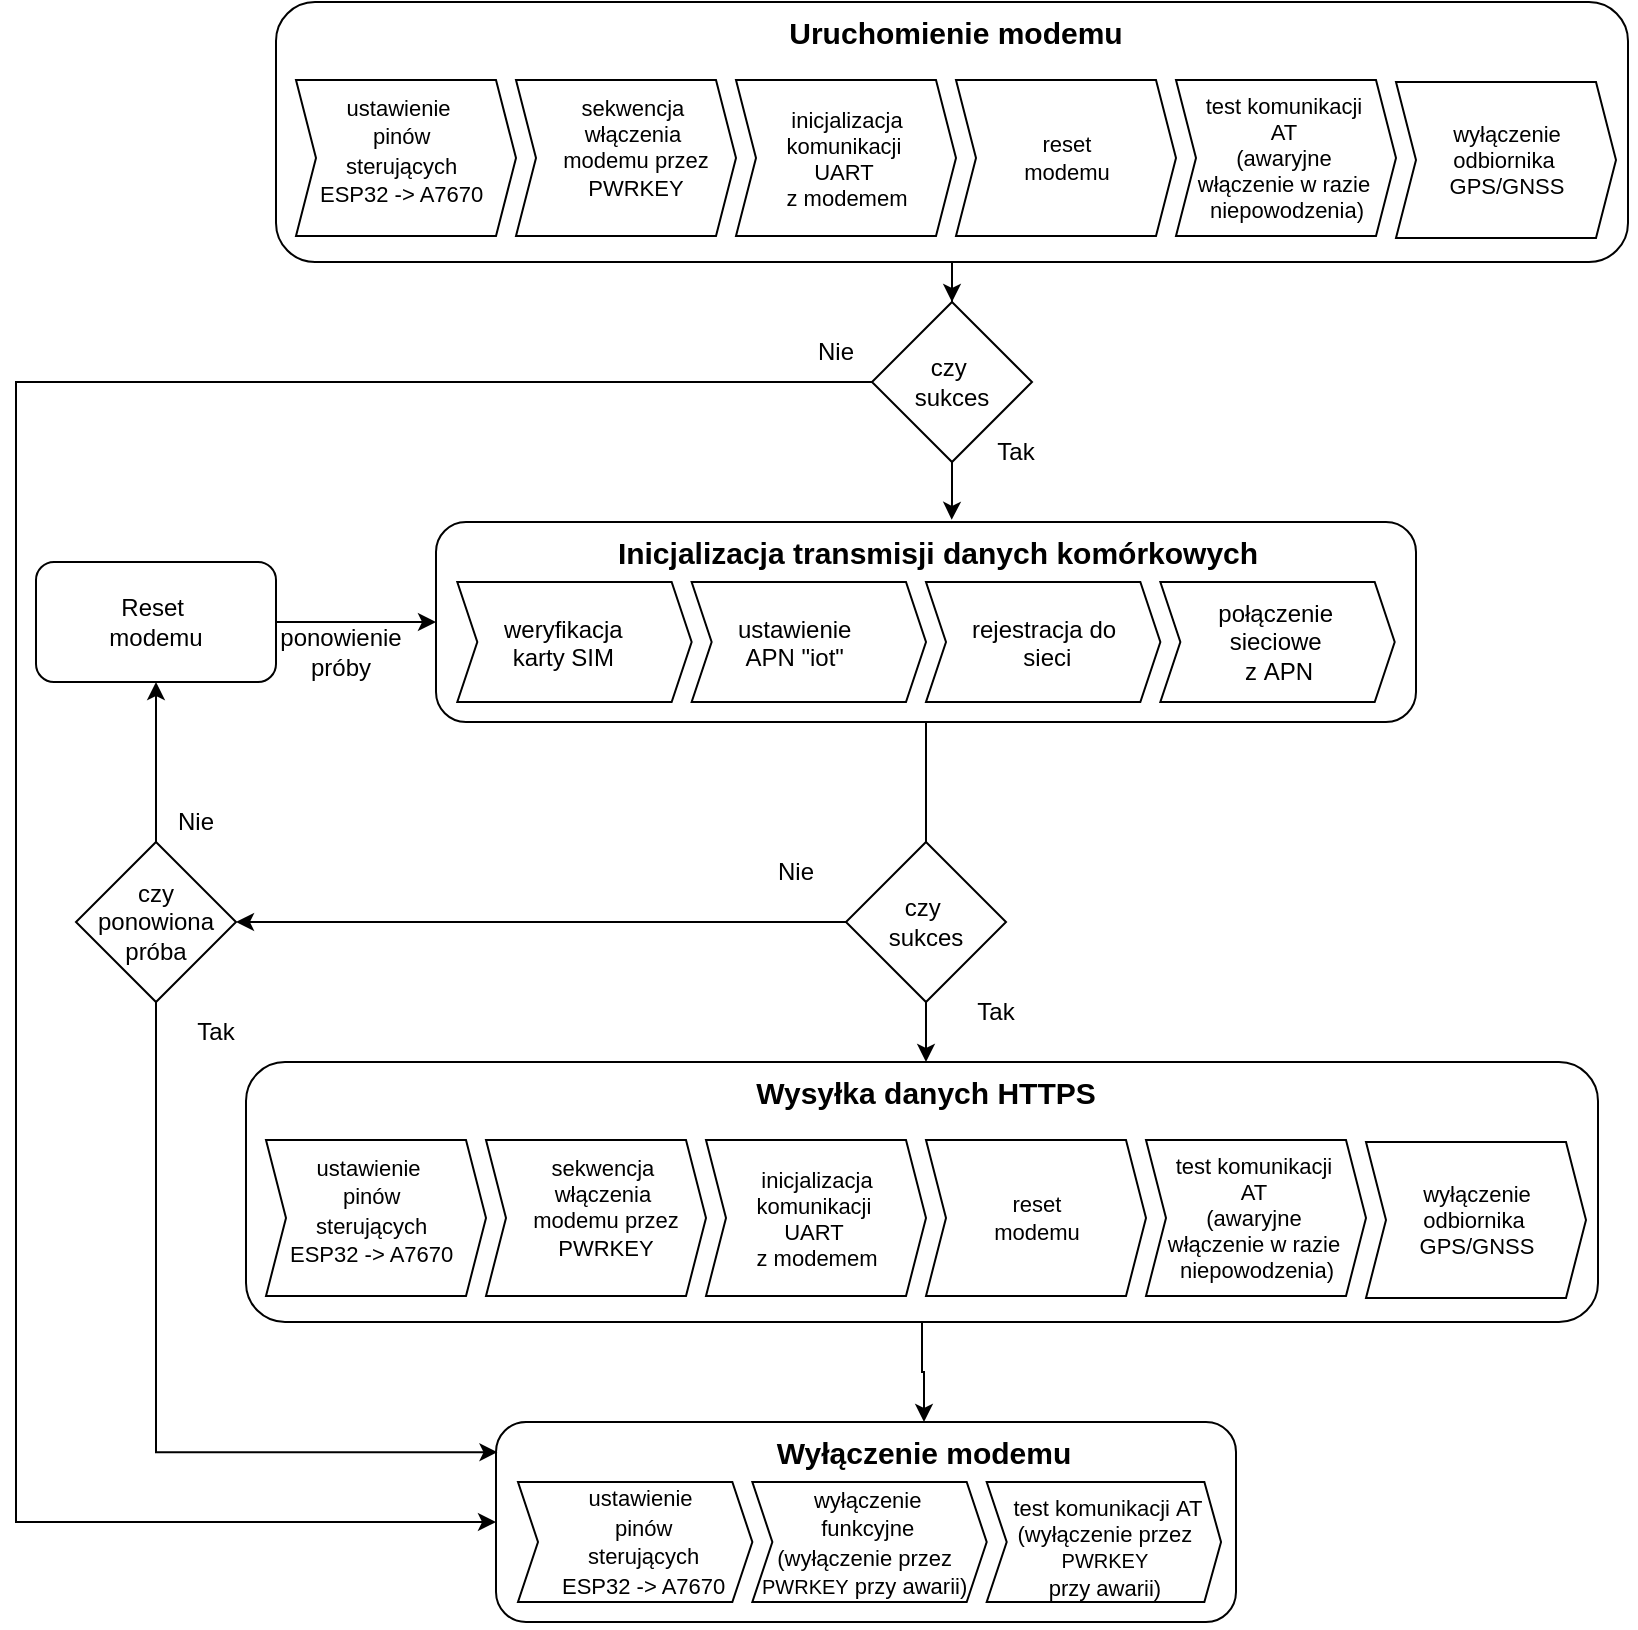
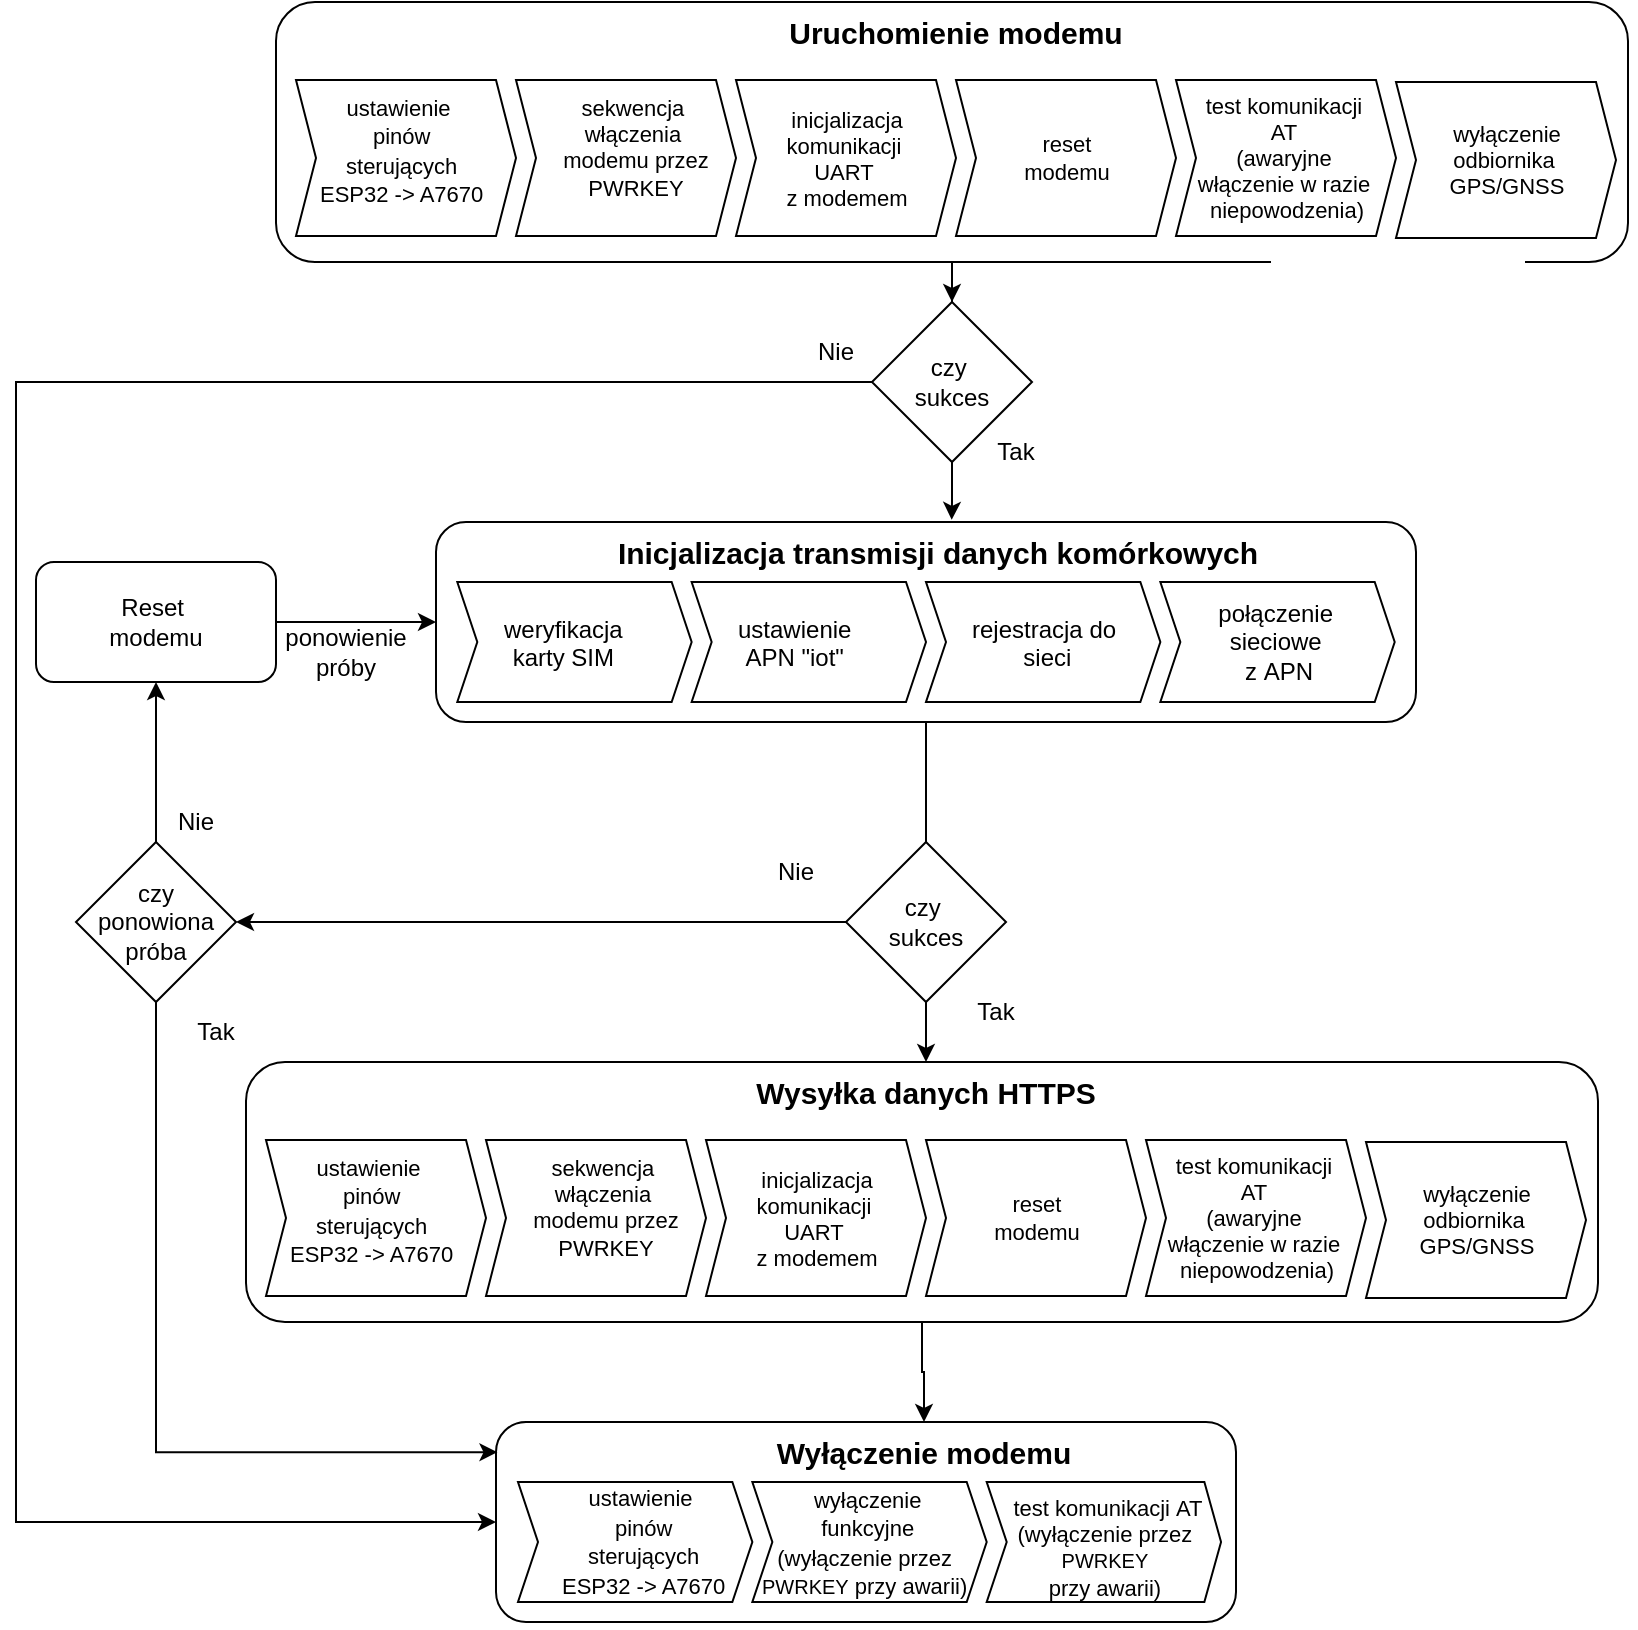
<mxfile host="app.diagrams.net">
  <diagram name="Strona-1" id="qUiWrLwNQSNPpPlMcjFA">
    <mxGraphModel dx="831" dy="1979" grid="1" gridSize="10" guides="1" tooltips="1" connect="1" arrows="1" fold="1" page="1" pageScale="1" pageWidth="827" pageHeight="1169" math="0" shadow="0">
      <root>
        <mxCell id="0" />
        <mxCell id="1" parent="0" />
        <mxCell id="zzqq1YDTvUKB0URQ00NY-44" connectable="0" parent="1" style="group" value="" vertex="1">
          <mxGeometry height="100" width="490.6521739130435" x="650" y="110" as="geometry" />
        </mxCell>
        <mxCell id="zzqq1YDTvUKB0URQ00NY-41" parent="zzqq1YDTvUKB0URQ00NY-44" style="rounded=1;whiteSpace=wrap;html=1;fillColor=none;" value="" vertex="1">
          <mxGeometry height="100" width="490.0000000000001" as="geometry" />
        </mxCell>
        <mxCell id="zzqq1YDTvUKB0URQ00NY-43" connectable="0" parent="zzqq1YDTvUKB0URQ00NY-44" style="group" value="" vertex="1">
          <mxGeometry height="90" width="480" x="10.65217391304348" as="geometry" />
        </mxCell>
        <mxCell id="zzqq1YDTvUKB0URQ00NY-32" parent="zzqq1YDTvUKB0URQ00NY-43" style="html=1;shadow=0;dashed=0;align=center;verticalAlign=middle;shape=mxgraph.arrows2.arrow;dy=0;dx=10;notch=10;" value="" vertex="1">
          <mxGeometry height="60" width="117.17391304347828" y="30" as="geometry" />
        </mxCell>
        <mxCell id="zzqq1YDTvUKB0URQ00NY-34" parent="zzqq1YDTvUKB0URQ00NY-43" style="text;whiteSpace=wrap;html=1;" value="&lt;span style=&quot;caret-color: rgb(0, 0, 0); color: rgb(0, 0, 0); font-family: Helvetica; font-size: 12.000001px; font-style: normal; font-variant-caps: normal; font-weight: 400; letter-spacing: normal; orphans: 2; text-align: center; text-indent: 0px; text-transform: none; white-space: nowrap; widows: 2; word-spacing: 0px; -webkit-text-stroke-width: 0px; text-decoration-line: none; text-decoration-thickness: auto; text-decoration-style: solid;&quot;&gt;weryfikacja&lt;/span&gt;&lt;div style=&quot;caret-color: rgb(0, 0, 0); color: rgb(0, 0, 0); font-family: Helvetica; font-size: 12.000001px; font-style: normal; font-variant-caps: normal; font-weight: 400; letter-spacing: normal; orphans: 2; text-align: center; text-indent: 0px; text-transform: none; white-space: nowrap; widows: 2; word-spacing: 0px; -webkit-text-stroke-width: 0px; text-decoration-line: none; text-decoration-thickness: auto; text-decoration-style: solid;&quot;&gt;karty SIM&lt;/div&gt;" vertex="1">
          <mxGeometry height="50" width="95.86956521739131" x="21.30434782608696" y="40" as="geometry" />
        </mxCell>
        <mxCell id="zzqq1YDTvUKB0URQ00NY-35" parent="zzqq1YDTvUKB0URQ00NY-43" style="html=1;shadow=0;dashed=0;align=center;verticalAlign=middle;shape=mxgraph.arrows2.arrow;dy=0;dx=10;notch=10;" value="" vertex="1">
          <mxGeometry height="60" width="117.17391304347828" x="117.17391304347828" y="30" as="geometry" />
        </mxCell>
        <mxCell id="zzqq1YDTvUKB0URQ00NY-36" parent="zzqq1YDTvUKB0URQ00NY-43" style="text;whiteSpace=wrap;html=1;" value="&lt;div style=&quot;text-align: center;&quot;&gt;&lt;span style=&quot;font-size: 12px; caret-color: rgb(0, 0, 0); text-wrap-mode: nowrap;&quot;&gt;&lt;font color=&quot;#000000&quot;&gt;ustawienie&lt;/font&gt;&lt;/span&gt;&lt;/div&gt;&lt;div style=&quot;text-align: center;&quot;&gt;&lt;span style=&quot;font-size: 12px; caret-color: rgb(0, 0, 0); text-wrap-mode: nowrap;&quot;&gt;&lt;font color=&quot;#000000&quot;&gt;APN&amp;nbsp;&lt;/font&gt;&lt;/span&gt;&lt;span style=&quot;font-size: 12px; white-space: nowrap;&quot;&gt;&quot;iot&quot;&lt;/span&gt;&lt;/div&gt;" vertex="1">
          <mxGeometry height="50" width="95.86956521739131" x="138.47826086956525" y="40" as="geometry" />
        </mxCell>
        <mxCell id="zzqq1YDTvUKB0URQ00NY-37" parent="zzqq1YDTvUKB0URQ00NY-43" style="html=1;shadow=0;dashed=0;align=center;verticalAlign=middle;shape=mxgraph.arrows2.arrow;dy=0;dx=10;notch=10;" value="" vertex="1">
          <mxGeometry height="60" width="117.17391304347828" x="234.34782608695656" y="30" as="geometry" />
        </mxCell>
        <mxCell id="zzqq1YDTvUKB0URQ00NY-38" parent="zzqq1YDTvUKB0URQ00NY-43" style="text;whiteSpace=wrap;html=1;" value="&lt;div style=&quot;text-align: center;&quot;&gt;&lt;span style=&quot;caret-color: rgb(0, 0, 0); text-wrap-mode: nowrap;&quot;&gt;rejestracja do&amp;nbsp;&lt;/span&gt;&lt;/div&gt;&lt;div style=&quot;text-align: center;&quot;&gt;&lt;span style=&quot;caret-color: rgb(0, 0, 0); text-wrap-mode: nowrap;&quot;&gt;sieci&lt;/span&gt;&lt;/div&gt;" vertex="1">
          <mxGeometry height="50" width="95.86956521739131" x="255.6521739130435" y="40" as="geometry" />
        </mxCell>
        <mxCell id="zzqq1YDTvUKB0URQ00NY-39" parent="zzqq1YDTvUKB0URQ00NY-43" style="html=1;shadow=0;dashed=0;align=center;verticalAlign=middle;shape=mxgraph.arrows2.arrow;dy=0;dx=10;notch=10;" value="połączenie&amp;nbsp;&lt;div&gt;sieciowe&amp;nbsp;&lt;/div&gt;&lt;div&gt;z&amp;nbsp;&lt;span style=&quot;font-size: 12px;&quot;&gt;APN&lt;/span&gt;&lt;/div&gt;" vertex="1">
          <mxGeometry height="60" width="117.17391304347828" x="351.52173913043487" y="30" as="geometry" />
        </mxCell>
        <mxCell id="zzqq1YDTvUKB0URQ00NY-42" parent="zzqq1YDTvUKB0URQ00NY-43" style="text;whiteSpace=wrap;html=1;align=center;" value="&lt;div style=&quot;&quot;&gt;&lt;span style=&quot;&quot;&gt;&lt;b&gt;&lt;font style=&quot;font-size: 15px;&quot;&gt;Inicjalizacja transmisji danych komórkowych&lt;/font&gt;&lt;/b&gt;&lt;/span&gt;&lt;br&gt;&lt;/div&gt;" vertex="1">
          <mxGeometry height="50" width="480" as="geometry" />
        </mxCell>
        <mxCell id="zzqq1YDTvUKB0URQ00NY-64" connectable="0" parent="1" style="group" value="" vertex="1">
          <mxGeometry height="130" width="680" x="570" y="-150" as="geometry" />
        </mxCell>
        <mxCell id="zzqq1YDTvUKB0URQ00NY-47" parent="zzqq1YDTvUKB0URQ00NY-64" style="rounded=1;whiteSpace=wrap;html=1;fillColor=none;" value="" vertex="1">
          <mxGeometry height="130" width="676" as="geometry" />
        </mxCell>
        <mxCell id="zzqq1YDTvUKB0URQ00NY-63" connectable="0" parent="zzqq1YDTvUKB0URQ00NY-64" style="group" value="" vertex="1">
          <mxGeometry height="118" width="670" x="10" as="geometry" />
        </mxCell>
        <mxCell id="zzqq1YDTvUKB0URQ00NY-48" connectable="0" parent="zzqq1YDTvUKB0URQ00NY-63" style="group" value="" vertex="1">
          <mxGeometry height="117" width="670" as="geometry" />
        </mxCell>
        <mxCell id="zzqq1YDTvUKB0URQ00NY-49" parent="zzqq1YDTvUKB0URQ00NY-48" style="html=1;shadow=0;dashed=0;align=center;verticalAlign=middle;shape=mxgraph.arrows2.arrow;dy=0;dx=10;notch=10;" value="" vertex="1">
          <mxGeometry height="78" width="110" y="39" as="geometry" />
        </mxCell>
        <mxCell id="zzqq1YDTvUKB0URQ00NY-51" parent="zzqq1YDTvUKB0URQ00NY-48" style="html=1;shadow=0;dashed=0;align=center;verticalAlign=middle;shape=mxgraph.arrows2.arrow;dy=0;dx=10;notch=10;" value="" vertex="1">
          <mxGeometry height="78" width="110" x="110" y="39" as="geometry" />
        </mxCell>
        <mxCell id="zzqq1YDTvUKB0URQ00NY-52" parent="zzqq1YDTvUKB0URQ00NY-48" style="text;whiteSpace=wrap;html=1;fontSize=11;align=center;" value="&lt;div style=&quot;&quot;&gt;&lt;span style=&quot;caret-color: rgb(0, 0, 0); text-wrap-mode: nowrap;&quot;&gt;sekwencja&amp;nbsp;&lt;/span&gt;&lt;/div&gt;&lt;div style=&quot;&quot;&gt;&lt;span style=&quot;caret-color: rgb(0, 0, 0); text-wrap-mode: nowrap;&quot;&gt;włączenia&amp;nbsp;&lt;/span&gt;&lt;/div&gt;&lt;div style=&quot;&quot;&gt;&lt;span style=&quot;caret-color: rgb(0, 0, 0); text-wrap-mode: nowrap;&quot;&gt;modemu przez&lt;/span&gt;&lt;/div&gt;&lt;div style=&quot;&quot;&gt;&lt;span style=&quot;caret-color: rgb(0, 0, 0); text-wrap-mode: nowrap;&quot;&gt;PWRKEY&lt;/span&gt;&lt;/div&gt;&lt;div style=&quot;&quot;&gt;&lt;span style=&quot;caret-color: rgb(0, 0, 0); text-wrap-mode: nowrap;&quot;&gt;&lt;br&gt;&lt;/span&gt;&lt;/div&gt;&lt;div style=&quot;&quot;&gt;&lt;br&gt;&lt;/div&gt;" vertex="1">
          <mxGeometry height="77" width="120" x="110" y="40" as="geometry" />
        </mxCell>
        <mxCell id="zzqq1YDTvUKB0URQ00NY-53" parent="zzqq1YDTvUKB0URQ00NY-48" style="html=1;shadow=0;dashed=0;align=center;verticalAlign=middle;shape=mxgraph.arrows2.arrow;dy=0;dx=10;notch=10;" value="&lt;span style=&quot;font-size: 11px; float: none; display: inline !important; caret-color: rgb(0, 0, 0); color: rgb(0, 0, 0); text-decoration-color: currentcolor;&quot;&gt;inicjalizacja&lt;/span&gt;&lt;div style=&quot;font-size: 11px; white-space: normal; caret-color: rgb(0, 0, 0); color: rgb(0, 0, 0);&quot;&gt;&lt;span style=&quot;text-wrap-mode: nowrap;&quot;&gt;komunikacji&amp;nbsp;&lt;/span&gt;&lt;/div&gt;&lt;div style=&quot;font-size: 11px; white-space: normal; caret-color: rgb(0, 0, 0); color: rgb(0, 0, 0);&quot;&gt;&lt;span style=&quot;text-wrap-mode: nowrap;&quot;&gt;UART&amp;nbsp;&lt;/span&gt;&lt;/div&gt;&lt;div style=&quot;font-size: 11px; white-space: normal; caret-color: rgb(0, 0, 0); color: rgb(0, 0, 0);&quot;&gt;&lt;span style=&quot;text-wrap-mode: nowrap;&quot;&gt;z modemem&lt;/span&gt;&lt;/div&gt;" vertex="1">
          <mxGeometry height="78" width="110" x="220" y="39" as="geometry" />
        </mxCell>
        <mxCell id="zzqq1YDTvUKB0URQ00NY-55" parent="zzqq1YDTvUKB0URQ00NY-48" style="html=1;shadow=0;dashed=0;align=center;verticalAlign=middle;shape=mxgraph.arrows2.arrow;dy=0;dx=10;notch=10;fontSize=11;labelBackgroundColor=none;" value="reset&lt;div&gt;modemu&lt;/div&gt;" vertex="1">
          <mxGeometry height="78" width="110" x="330" y="39" as="geometry" />
        </mxCell>
        <mxCell id="zzqq1YDTvUKB0URQ00NY-56" parent="zzqq1YDTvUKB0URQ00NY-48" style="text;whiteSpace=wrap;html=1;align=center;" value="&lt;div style=&quot;&quot;&gt;&lt;b&gt;&lt;font style=&quot;font-size: 15px;&quot;&gt;Uruchomienie modemu&lt;/font&gt;&lt;/b&gt;&lt;/div&gt;" vertex="1">
          <mxGeometry height="65" width="680" x="-10" as="geometry" />
        </mxCell>
        <mxCell id="zzqq1YDTvUKB0URQ00NY-50" parent="zzqq1YDTvUKB0URQ00NY-48" style="text;whiteSpace=wrap;html=1;" value="&lt;div style=&quot;text-align: center;&quot;&gt;&lt;span style=&quot;text-wrap-mode: nowrap;&quot;&gt;&lt;font style=&quot;font-size: 11px;&quot;&gt;ustawienie&amp;nbsp;&lt;/font&gt;&lt;/span&gt;&lt;/div&gt;&lt;div style=&quot;text-align: center;&quot;&gt;&lt;span style=&quot;text-wrap-mode: nowrap;&quot;&gt;&lt;font style=&quot;font-size: 11px;&quot;&gt;pinów&lt;/font&gt;&lt;/span&gt;&lt;/div&gt;&lt;div style=&quot;text-align: center;&quot;&gt;&lt;span style=&quot;text-wrap-mode: nowrap;&quot;&gt;&lt;font style=&quot;font-size: 11px;&quot;&gt;&amp;nbsp;sterujących&amp;nbsp;&lt;/font&gt;&lt;/span&gt;&lt;/div&gt;&lt;div style=&quot;text-align: center;&quot;&gt;&lt;span style=&quot;font-size: 11px; text-wrap-mode: nowrap;&quot;&gt;ESP32 -&amp;gt; A7670&lt;/span&gt;&lt;/div&gt;&lt;div style=&quot;text-align: center;&quot;&gt;&lt;span style=&quot;text-wrap-mode: nowrap;&quot;&gt;&lt;br&gt;&lt;/span&gt;&lt;/div&gt;" vertex="1">
          <mxGeometry height="65" width="90" x="10" y="39" as="geometry" />
        </mxCell>
        <mxCell id="zzqq1YDTvUKB0URQ00NY-58" parent="zzqq1YDTvUKB0URQ00NY-63" style="html=1;shadow=0;dashed=0;align=center;verticalAlign=middle;shape=mxgraph.arrows2.arrow;dy=0;dx=10;notch=10;fontSize=11;" value="test komunikacji&amp;nbsp;&lt;div&gt;AT&amp;nbsp;&lt;div&gt;(awaryjne&amp;nbsp;&lt;/div&gt;&lt;div&gt;włączenie w razie&amp;nbsp;&lt;/div&gt;&lt;div&gt;niepowodzenia)&lt;/div&gt;&lt;/div&gt;" vertex="1">
          <mxGeometry height="78" width="110" x="440" y="39" as="geometry" />
        </mxCell>
        <mxCell id="zzqq1YDTvUKB0URQ00NY-59" parent="zzqq1YDTvUKB0URQ00NY-63" style="html=1;shadow=0;dashed=0;align=center;verticalAlign=middle;shape=mxgraph.arrows2.arrow;dy=0;dx=10;notch=10;fontSize=11;" value="wyłączenie&lt;div&gt;odbiornika&amp;nbsp;&lt;/div&gt;&lt;div&gt;GPS/GNSS&lt;/div&gt;" vertex="1">
          <mxGeometry height="78" width="110" x="550" y="40" as="geometry" />
        </mxCell>
        <mxCell id="zzqq1YDTvUKB0URQ00NY-69" edge="1" parent="1" source="zzqq1YDTvUKB0URQ00NY-65" style="edgeStyle=orthogonalEdgeStyle;rounded=0;orthogonalLoop=1;jettySize=auto;html=1;fontSize=13;entryX=0.515;entryY=-0.022;entryDx=0;entryDy=0;entryPerimeter=0;" target="zzqq1YDTvUKB0URQ00NY-42" value="">
          <mxGeometry relative="1" as="geometry" />
        </mxCell>
        <mxCell id="zzqq1YDTvUKB0URQ00NY-126" edge="1" parent="1" source="zzqq1YDTvUKB0URQ00NY-65" style="edgeStyle=orthogonalEdgeStyle;rounded=0;orthogonalLoop=1;jettySize=auto;html=1;entryX=0;entryY=0.5;entryDx=0;entryDy=0;" target="zzqq1YDTvUKB0URQ00NY-73">
          <mxGeometry relative="1" as="geometry">
            <Array as="points">
              <mxPoint x="440" y="40" />
              <mxPoint x="440" y="610" />
            </Array>
            <mxPoint x="430" y="730" as="targetPoint" />
          </mxGeometry>
        </mxCell>
        <mxCell id="zzqq1YDTvUKB0URQ00NY-65" parent="1" style="rhombus;whiteSpace=wrap;html=1;" value="czy&amp;nbsp;&lt;div&gt;sukces&lt;/div&gt;" vertex="1">
          <mxGeometry height="80" width="80" x="868" as="geometry" />
        </mxCell>
        <mxCell id="zzqq1YDTvUKB0URQ00NY-66" parent="1" style="text;html=1;whiteSpace=wrap;strokeColor=none;fillColor=none;align=center;verticalAlign=middle;rounded=0;" value="Nie" vertex="1">
          <mxGeometry height="30" width="60" x="820" y="10" as="geometry" />
        </mxCell>
        <mxCell id="zzqq1YDTvUKB0URQ00NY-94" parent="1" style="text;html=1;whiteSpace=wrap;strokeColor=none;fillColor=none;align=center;verticalAlign=middle;rounded=0;" value="Tak" vertex="1">
          <mxGeometry height="30" width="60" x="910" y="60" as="geometry" />
        </mxCell>
        <mxCell id="zzqq1YDTvUKB0URQ00NY-95" connectable="0" parent="1" style="group" value="" vertex="1">
          <mxGeometry height="130" width="680" x="555" y="380" as="geometry" />
        </mxCell>
        <mxCell id="zzqq1YDTvUKB0URQ00NY-96" parent="zzqq1YDTvUKB0URQ00NY-95" style="rounded=1;whiteSpace=wrap;html=1;fillColor=none;" value="" vertex="1">
          <mxGeometry height="130" width="676" as="geometry" />
        </mxCell>
        <mxCell id="zzqq1YDTvUKB0URQ00NY-97" connectable="0" parent="zzqq1YDTvUKB0URQ00NY-95" style="group" value="" vertex="1">
          <mxGeometry height="118" width="670" x="10" as="geometry" />
        </mxCell>
        <mxCell id="zzqq1YDTvUKB0URQ00NY-98" connectable="0" parent="zzqq1YDTvUKB0URQ00NY-97" style="group" value="" vertex="1">
          <mxGeometry height="117" width="670" as="geometry" />
        </mxCell>
        <mxCell id="zzqq1YDTvUKB0URQ00NY-99" parent="zzqq1YDTvUKB0URQ00NY-98" style="html=1;shadow=0;dashed=0;align=center;verticalAlign=middle;shape=mxgraph.arrows2.arrow;dy=0;dx=10;notch=10;" value="" vertex="1">
          <mxGeometry height="78" width="110" y="39" as="geometry" />
        </mxCell>
        <mxCell id="zzqq1YDTvUKB0URQ00NY-100" parent="zzqq1YDTvUKB0URQ00NY-98" style="html=1;shadow=0;dashed=0;align=center;verticalAlign=middle;shape=mxgraph.arrows2.arrow;dy=0;dx=10;notch=10;" value="" vertex="1">
          <mxGeometry height="78" width="110" x="110" y="39" as="geometry" />
        </mxCell>
        <mxCell id="zzqq1YDTvUKB0URQ00NY-101" parent="zzqq1YDTvUKB0URQ00NY-98" style="text;whiteSpace=wrap;html=1;fontSize=11;align=center;" value="&lt;div style=&quot;&quot;&gt;&lt;span style=&quot;caret-color: rgb(0, 0, 0); text-wrap-mode: nowrap;&quot;&gt;sekwencja&amp;nbsp;&lt;/span&gt;&lt;/div&gt;&lt;div style=&quot;&quot;&gt;&lt;span style=&quot;caret-color: rgb(0, 0, 0); text-wrap-mode: nowrap;&quot;&gt;włączenia&amp;nbsp;&lt;/span&gt;&lt;/div&gt;&lt;div style=&quot;&quot;&gt;&lt;span style=&quot;caret-color: rgb(0, 0, 0); text-wrap-mode: nowrap;&quot;&gt;modemu przez&lt;/span&gt;&lt;/div&gt;&lt;div style=&quot;&quot;&gt;&lt;span style=&quot;caret-color: rgb(0, 0, 0); text-wrap-mode: nowrap;&quot;&gt;PWRKEY&lt;/span&gt;&lt;/div&gt;&lt;div style=&quot;&quot;&gt;&lt;span style=&quot;caret-color: rgb(0, 0, 0); text-wrap-mode: nowrap;&quot;&gt;&lt;br&gt;&lt;/span&gt;&lt;/div&gt;&lt;div style=&quot;&quot;&gt;&lt;br&gt;&lt;/div&gt;" vertex="1">
          <mxGeometry height="77" width="120" x="110" y="40" as="geometry" />
        </mxCell>
        <mxCell id="zzqq1YDTvUKB0URQ00NY-102" parent="zzqq1YDTvUKB0URQ00NY-98" style="html=1;shadow=0;dashed=0;align=center;verticalAlign=middle;shape=mxgraph.arrows2.arrow;dy=0;dx=10;notch=10;" value="&lt;span style=&quot;font-size: 11px; float: none; display: inline !important; caret-color: rgb(0, 0, 0); color: rgb(0, 0, 0); text-decoration-color: currentcolor;&quot;&gt;inicjalizacja&lt;/span&gt;&lt;div style=&quot;font-size: 11px; white-space: normal; caret-color: rgb(0, 0, 0); color: rgb(0, 0, 0);&quot;&gt;&lt;span style=&quot;text-wrap-mode: nowrap;&quot;&gt;komunikacji&amp;nbsp;&lt;/span&gt;&lt;/div&gt;&lt;div style=&quot;font-size: 11px; white-space: normal; caret-color: rgb(0, 0, 0); color: rgb(0, 0, 0);&quot;&gt;&lt;span style=&quot;text-wrap-mode: nowrap;&quot;&gt;UART&amp;nbsp;&lt;/span&gt;&lt;/div&gt;&lt;div style=&quot;font-size: 11px; white-space: normal; caret-color: rgb(0, 0, 0); color: rgb(0, 0, 0);&quot;&gt;&lt;span style=&quot;text-wrap-mode: nowrap;&quot;&gt;z modemem&lt;/span&gt;&lt;/div&gt;" vertex="1">
          <mxGeometry height="78" width="110" x="220" y="39" as="geometry" />
        </mxCell>
        <mxCell id="zzqq1YDTvUKB0URQ00NY-103" parent="zzqq1YDTvUKB0URQ00NY-98" style="html=1;shadow=0;dashed=0;align=center;verticalAlign=middle;shape=mxgraph.arrows2.arrow;dy=0;dx=10;notch=10;fontSize=11;labelBackgroundColor=none;" value="reset&lt;div&gt;modemu&lt;/div&gt;" vertex="1">
          <mxGeometry height="78" width="110" x="330" y="39" as="geometry" />
        </mxCell>
        <mxCell id="zzqq1YDTvUKB0URQ00NY-104" parent="zzqq1YDTvUKB0URQ00NY-98" style="text;whiteSpace=wrap;html=1;align=center;" value="&lt;div style=&quot;&quot;&gt;&lt;b&gt;&lt;font style=&quot;font-size: 15px;&quot;&gt;Wysyłka danych HTTPS&lt;/font&gt;&lt;/b&gt;&lt;/div&gt;" vertex="1">
          <mxGeometry height="65" width="680" x="-10" as="geometry" />
        </mxCell>
        <mxCell id="zzqq1YDTvUKB0URQ00NY-105" parent="zzqq1YDTvUKB0URQ00NY-98" style="text;whiteSpace=wrap;html=1;" value="&lt;div style=&quot;text-align: center;&quot;&gt;&lt;span style=&quot;text-wrap-mode: nowrap;&quot;&gt;&lt;font style=&quot;font-size: 11px;&quot;&gt;ustawienie&amp;nbsp;&lt;/font&gt;&lt;/span&gt;&lt;/div&gt;&lt;div style=&quot;text-align: center;&quot;&gt;&lt;span style=&quot;text-wrap-mode: nowrap;&quot;&gt;&lt;font style=&quot;font-size: 11px;&quot;&gt;pinów&lt;/font&gt;&lt;/span&gt;&lt;/div&gt;&lt;div style=&quot;text-align: center;&quot;&gt;&lt;span style=&quot;text-wrap-mode: nowrap;&quot;&gt;&lt;font style=&quot;font-size: 11px;&quot;&gt;&amp;nbsp;sterujących&amp;nbsp;&lt;/font&gt;&lt;/span&gt;&lt;/div&gt;&lt;div style=&quot;text-align: center;&quot;&gt;&lt;span style=&quot;font-size: 11px; text-wrap-mode: nowrap;&quot;&gt;ESP32 -&amp;gt; A7670&lt;/span&gt;&lt;/div&gt;&lt;div style=&quot;text-align: center;&quot;&gt;&lt;span style=&quot;text-wrap-mode: nowrap;&quot;&gt;&lt;br&gt;&lt;/span&gt;&lt;/div&gt;" vertex="1">
          <mxGeometry height="65" width="90" x="10" y="39" as="geometry" />
        </mxCell>
        <mxCell id="zzqq1YDTvUKB0URQ00NY-106" parent="zzqq1YDTvUKB0URQ00NY-97" style="html=1;shadow=0;dashed=0;align=center;verticalAlign=middle;shape=mxgraph.arrows2.arrow;dy=0;dx=10;notch=10;fontSize=11;" value="test komunikacji&amp;nbsp;&lt;div&gt;AT&amp;nbsp;&lt;div&gt;(awaryjne&amp;nbsp;&lt;/div&gt;&lt;div&gt;włączenie w razie&amp;nbsp;&lt;/div&gt;&lt;div&gt;niepowodzenia)&lt;/div&gt;&lt;/div&gt;" vertex="1">
          <mxGeometry height="78" width="110" x="440" y="39" as="geometry" />
        </mxCell>
        <mxCell id="zzqq1YDTvUKB0URQ00NY-107" parent="zzqq1YDTvUKB0URQ00NY-97" style="html=1;shadow=0;dashed=0;align=center;verticalAlign=middle;shape=mxgraph.arrows2.arrow;dy=0;dx=10;notch=10;fontSize=11;" value="wyłączenie&lt;div&gt;odbiornika&amp;nbsp;&lt;/div&gt;&lt;div&gt;GPS/GNSS&lt;/div&gt;" vertex="1">
          <mxGeometry height="78" width="110" x="550" y="40" as="geometry" />
        </mxCell>
        <mxCell id="zzqq1YDTvUKB0URQ00NY-108" edge="1" parent="1" source="zzqq1YDTvUKB0URQ00NY-41" style="edgeStyle=orthogonalEdgeStyle;rounded=0;orthogonalLoop=1;jettySize=auto;html=1;entryX=0.5;entryY=0;entryDx=0;entryDy=0;exitX=0.5;exitY=1;exitDx=0;exitDy=0;" target="zzqq1YDTvUKB0URQ00NY-104">
          <mxGeometry relative="1" as="geometry" />
        </mxCell>
        <mxCell id="zzqq1YDTvUKB0URQ00NY-119" edge="1" parent="1" source="zzqq1YDTvUKB0URQ00NY-109" style="edgeStyle=orthogonalEdgeStyle;rounded=0;orthogonalLoop=1;jettySize=auto;html=1;" target="zzqq1YDTvUKB0URQ00NY-115">
          <mxGeometry relative="1" as="geometry" />
        </mxCell>
        <mxCell id="zzqq1YDTvUKB0URQ00NY-109" parent="1" style="rhombus;whiteSpace=wrap;html=1;" value="czy&amp;nbsp;&lt;div&gt;sukces&lt;/div&gt;" vertex="1">
          <mxGeometry height="80" width="80" x="855" y="270" as="geometry" />
        </mxCell>
        <mxCell id="zzqq1YDTvUKB0URQ00NY-110" parent="1" style="text;html=1;whiteSpace=wrap;strokeColor=none;fillColor=none;align=center;verticalAlign=middle;rounded=0;" value="Tak" vertex="1">
          <mxGeometry height="30" width="60" x="900" y="340" as="geometry" />
        </mxCell>
        <mxCell id="zzqq1YDTvUKB0URQ00NY-111" parent="1" style="text;html=1;whiteSpace=wrap;strokeColor=none;fillColor=none;align=center;verticalAlign=middle;rounded=0;" value="Nie" vertex="1">
          <mxGeometry height="30" width="60" x="800" y="270" as="geometry" />
        </mxCell>
        <mxCell id="zzqq1YDTvUKB0URQ00NY-121" edge="1" parent="1" source="zzqq1YDTvUKB0URQ00NY-113" style="edgeStyle=orthogonalEdgeStyle;rounded=0;orthogonalLoop=1;jettySize=auto;html=1;entryX=0;entryY=0.5;entryDx=0;entryDy=0;" target="zzqq1YDTvUKB0URQ00NY-41" value="">
          <mxGeometry relative="1" as="geometry" />
        </mxCell>
        <mxCell id="zzqq1YDTvUKB0URQ00NY-113" parent="1" style="rounded=1;whiteSpace=wrap;html=1;" value="Reset&amp;nbsp;&lt;div&gt;modemu&lt;/div&gt;" vertex="1">
          <mxGeometry height="60" width="120" x="450" y="130" as="geometry" />
        </mxCell>
        <mxCell id="zzqq1YDTvUKB0URQ00NY-114" edge="1" parent="1" source="zzqq1YDTvUKB0URQ00NY-115" style="edgeStyle=orthogonalEdgeStyle;rounded=0;orthogonalLoop=1;jettySize=auto;html=1;" target="zzqq1YDTvUKB0URQ00NY-113" value="">
          <mxGeometry relative="1" as="geometry" />
        </mxCell>
        <mxCell id="zzqq1YDTvUKB0URQ00NY-122" edge="1" parent="1" source="zzqq1YDTvUKB0URQ00NY-115" style="edgeStyle=orthogonalEdgeStyle;rounded=0;orthogonalLoop=1;jettySize=auto;html=1;entryX=0.002;entryY=0.151;entryDx=0;entryDy=0;entryPerimeter=0;" target="zzqq1YDTvUKB0URQ00NY-73">
          <mxGeometry relative="1" as="geometry">
            <Array as="points">
              <mxPoint x="510" y="575" />
            </Array>
          </mxGeometry>
        </mxCell>
        <mxCell id="zzqq1YDTvUKB0URQ00NY-115" parent="1" style="rhombus;whiteSpace=wrap;html=1;" value="czy ponowiona próba" vertex="1">
          <mxGeometry height="80" width="80" x="470" y="270" as="geometry" />
        </mxCell>
        <mxCell id="zzqq1YDTvUKB0URQ00NY-116" parent="1" style="text;html=1;whiteSpace=wrap;strokeColor=none;fillColor=none;align=center;verticalAlign=middle;rounded=0;" value="Nie" vertex="1">
          <mxGeometry height="30" width="60" x="500" y="245" as="geometry" />
        </mxCell>
        <mxCell id="zzqq1YDTvUKB0URQ00NY-117" parent="1" style="text;html=1;whiteSpace=wrap;strokeColor=none;fillColor=none;align=center;verticalAlign=middle;rounded=0;" value="Tak" vertex="1">
          <mxGeometry height="30" width="60" x="510" y="350" as="geometry" />
        </mxCell>
        <mxCell id="zzqq1YDTvUKB0URQ00NY-120" parent="1" style="text;html=1;whiteSpace=wrap;strokeColor=none;fillColor=none;align=center;verticalAlign=middle;rounded=0;" value="ponowienie próby" vertex="1">
-           <mxGeometry height="30" width="95" x="555" y="160" as="geometry" />
+           <mxGeometry height="30" width="90" x="560" y="160" as="geometry" />
        </mxCell>
        <mxCell id="zzqq1YDTvUKB0URQ00NY-128" edge="1" parent="1" source="zzqq1YDTvUKB0URQ00NY-47" style="edgeStyle=orthogonalEdgeStyle;rounded=0;orthogonalLoop=1;jettySize=auto;html=1;entryX=0.5;entryY=0;entryDx=0;entryDy=0;" target="zzqq1YDTvUKB0URQ00NY-65">
          <mxGeometry relative="1" as="geometry" />
        </mxCell>
        <mxCell id="zzqq1YDTvUKB0URQ00NY-129" edge="1" parent="1" source="zzqq1YDTvUKB0URQ00NY-96" style="edgeStyle=orthogonalEdgeStyle;rounded=0;orthogonalLoop=1;jettySize=auto;html=1;" target="zzqq1YDTvUKB0URQ00NY-82" value="">
          <mxGeometry relative="1" as="geometry" />
        </mxCell>
        <mxCell id="zzqq1YDTvUKB0URQ00NY-73" parent="1" style="rounded=1;whiteSpace=wrap;html=1;fillColor=none;" value="" vertex="1">
          <mxGeometry height="100" width="370" x="680" y="560" as="geometry" />
        </mxCell>
        <mxCell id="zzqq1YDTvUKB0URQ00NY-133" connectable="0" parent="1" style="group" value="" vertex="1">
          <mxGeometry height="95" width="501.9999999999999" x="659.0021739130435" y="560" as="geometry" />
        </mxCell>
        <mxCell id="zzqq1YDTvUKB0URQ00NY-74" connectable="0" parent="zzqq1YDTvUKB0URQ00NY-133" style="group" value="" vertex="1">
          <mxGeometry height="95" width="470" x="32" as="geometry" />
        </mxCell>
        <mxCell id="zzqq1YDTvUKB0URQ00NY-75" parent="zzqq1YDTvUKB0URQ00NY-74" style="html=1;shadow=0;dashed=0;align=center;verticalAlign=middle;shape=mxgraph.arrows2.arrow;dy=0;dx=10;notch=10;" value="" vertex="1">
          <mxGeometry height="60" width="117.17391304347828" y="30" as="geometry" />
        </mxCell>
        <mxCell id="zzqq1YDTvUKB0URQ00NY-76" parent="zzqq1YDTvUKB0URQ00NY-74" style="text;whiteSpace=wrap;html=1;" value="&lt;div style=&quot;font-size: 12.000001px; text-align: center;&quot;&gt;&lt;span style=&quot;text-wrap-mode: nowrap;&quot;&gt;&lt;font style=&quot;font-size: 11px;&quot;&gt;&lt;br&gt;&lt;/font&gt;&lt;/span&gt;&lt;/div&gt;&lt;div style=&quot;font-size: 12.000001px; text-align: center;&quot;&gt;&lt;span style=&quot;text-wrap-mode: nowrap;&quot;&gt;&lt;font style=&quot;font-size: 11px;&quot;&gt;ustawienie&amp;nbsp;&lt;/font&gt;&lt;/span&gt;&lt;/div&gt;&lt;div style=&quot;font-size: 12.000001px; text-align: center;&quot;&gt;&lt;span style=&quot;text-wrap-mode: nowrap;&quot;&gt;&lt;font style=&quot;font-size: 11px;&quot;&gt;pinów&lt;/font&gt;&lt;/span&gt;&lt;/div&gt;&lt;div style=&quot;font-size: 12.000001px; text-align: center;&quot;&gt;&lt;span style=&quot;text-wrap-mode: nowrap;&quot;&gt;&lt;font style=&quot;font-size: 11px;&quot;&gt;&amp;nbsp;sterujących&amp;nbsp;&lt;/font&gt;&lt;/span&gt;&lt;/div&gt;&lt;div style=&quot;font-size: 12.000001px; text-align: center;&quot;&gt;&lt;span style=&quot;font-size: 11px; text-wrap-mode: nowrap;&quot;&gt;ESP32 -&amp;gt; A7670&lt;/span&gt;&lt;/div&gt;&lt;div&gt;&lt;span style=&quot;font-size: 11px; text-wrap-mode: nowrap;&quot;&gt;&lt;br&gt;&lt;/span&gt;&lt;/div&gt;" vertex="1">
          <mxGeometry height="80" width="97.17" x="20" y="10" as="geometry" />
        </mxCell>
        <mxCell id="zzqq1YDTvUKB0URQ00NY-77" parent="zzqq1YDTvUKB0URQ00NY-74" style="html=1;shadow=0;dashed=0;align=center;verticalAlign=middle;shape=mxgraph.arrows2.arrow;dy=0;dx=10;notch=10;" value="" vertex="1">
          <mxGeometry height="60" width="117.17391304347828" x="117.17391304347828" y="30" as="geometry" />
        </mxCell>
        <mxCell id="zzqq1YDTvUKB0URQ00NY-78" parent="zzqq1YDTvUKB0URQ00NY-74" style="text;whiteSpace=wrap;html=1;" value="&lt;div style=&quot;text-align: center;&quot;&gt;&lt;span style=&quot;caret-color: rgb(0, 0, 0); text-wrap-mode: nowrap;&quot;&gt;&lt;font style=&quot;font-size: 11px;&quot;&gt;wyłączenie&lt;/font&gt;&lt;/span&gt;&lt;/div&gt;&lt;div style=&quot;text-align: center;&quot;&gt;&lt;span style=&quot;caret-color: rgb(0, 0, 0); text-wrap-mode: nowrap;&quot;&gt;&lt;font style=&quot;font-size: 11px;&quot;&gt;funkcyjne&lt;/font&gt;&lt;/span&gt;&lt;/div&gt;&lt;div style=&quot;text-align: center;&quot;&gt;&lt;font style=&quot;font-size: 11px;&quot;&gt;&lt;span style=&quot;text-wrap-mode: nowrap;&quot;&gt;(wyłączenie&amp;nbsp;&lt;/span&gt;&lt;span style=&quot;white-space: nowrap;&quot;&gt;przez&amp;nbsp;&lt;/span&gt;&lt;/font&gt;&lt;/div&gt;&lt;div style=&quot;text-align: center;&quot;&gt;&lt;span style=&quot;white-space: nowrap;&quot;&gt;&lt;font style=&quot;font-size: 10px;&quot;&gt;PWRKEY&lt;/font&gt;&lt;font style=&quot;font-size: 11px;&quot;&gt; przy awarii)&amp;nbsp;&lt;/font&gt;&lt;/span&gt;&lt;/div&gt;" vertex="1">
          <mxGeometry height="70" width="135.65" x="120" y="25" as="geometry" />
        </mxCell>
        <mxCell id="zzqq1YDTvUKB0URQ00NY-79" parent="zzqq1YDTvUKB0URQ00NY-74" style="html=1;shadow=0;dashed=0;align=center;verticalAlign=middle;shape=mxgraph.arrows2.arrow;dy=0;dx=8.34;notch=10;" value="" vertex="1">
          <mxGeometry height="60" width="117.17391304347828" x="234.34782608695656" y="30" as="geometry" />
        </mxCell>
        <mxCell id="zzqq1YDTvUKB0URQ00NY-80" parent="zzqq1YDTvUKB0URQ00NY-74" style="text;whiteSpace=wrap;html=1;align=center;fontSize=11;" value="&lt;span style=&quot;text-wrap-mode: nowrap;&quot;&gt;&lt;font&gt;test komunikacji&amp;nbsp;&lt;/font&gt;&lt;/span&gt;&lt;span style=&quot;white-space: nowrap;&quot;&gt;AT&lt;/span&gt;&lt;div&gt;&lt;font&gt;&lt;span style=&quot;white-space: nowrap;&quot;&gt;(wyłączenie&amp;nbsp;&lt;/span&gt;&lt;span style=&quot;white-space: nowrap;&quot;&gt;przez&amp;nbsp;&lt;/span&gt;&lt;/font&gt;&lt;/div&gt;&lt;div&gt;&lt;span style=&quot;white-space: nowrap;&quot;&gt;&lt;font&gt;&lt;font style=&quot;font-size: 10px;&quot;&gt;PWRKEY&lt;/font&gt;&lt;font&gt;&amp;nbsp;&lt;/font&gt;&lt;/font&gt;&lt;/span&gt;&lt;/div&gt;&lt;div&gt;&lt;span style=&quot;white-space: nowrap;&quot;&gt;&lt;font&gt;&lt;font&gt;przy awarii)&amp;nbsp;&lt;/font&gt;&lt;/font&gt;&lt;/span&gt;&lt;/div&gt;" vertex="1">
          <mxGeometry height="60" width="110" x="240" y="30" as="geometry" />
        </mxCell>
        <mxCell id="zzqq1YDTvUKB0URQ00NY-82" parent="zzqq1YDTvUKB0URQ00NY-133" style="text;whiteSpace=wrap;html=1;align=center;" value="&lt;div style=&quot;&quot;&gt;&lt;span style=&quot;&quot;&gt;&lt;b&gt;&lt;font style=&quot;font-size: 15px;&quot;&gt;Wyłączenie modemu&lt;/font&gt;&lt;/b&gt;&lt;/span&gt;&lt;br&gt;&lt;/div&gt;" vertex="1">
          <mxGeometry height="50" width="470" as="geometry" />
        </mxCell>
      </root>
    </mxGraphModel>
  </diagram>
</mxfile>
